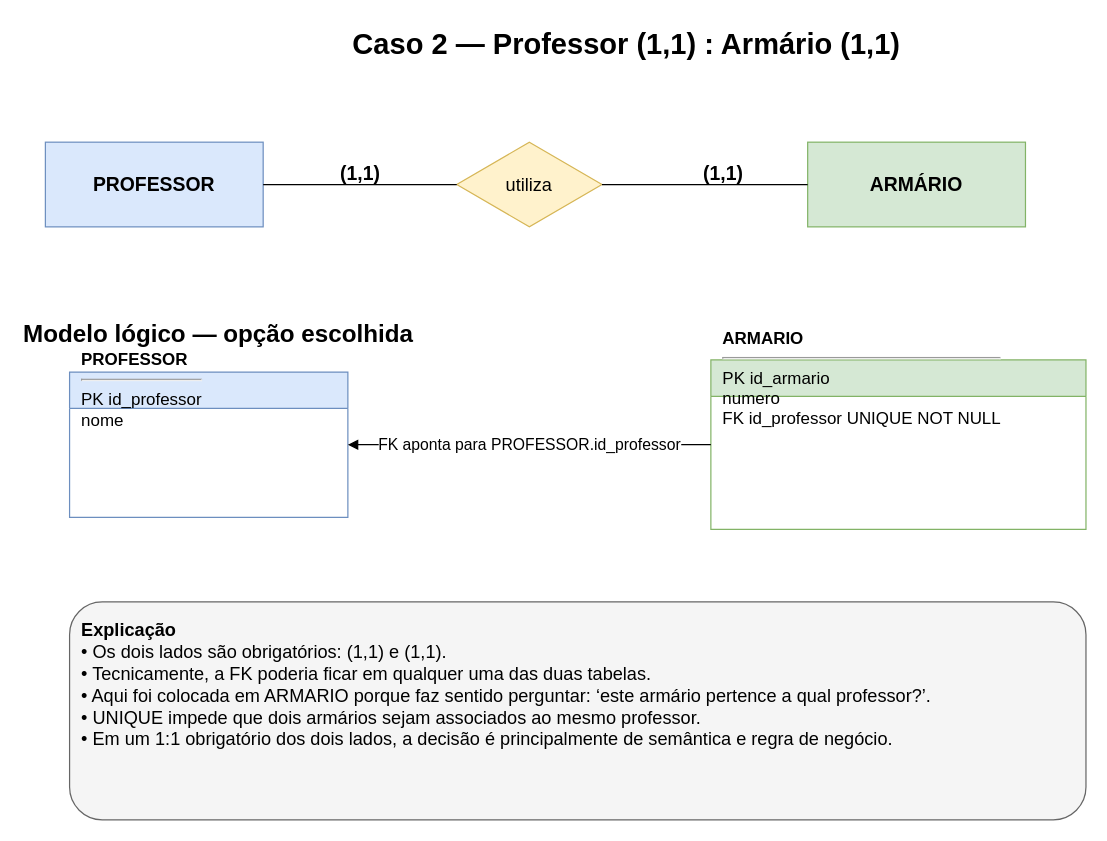
Earlier version of the draw.io diagram page "Professor-Armario" (2 of 2) of aulas/aula03-cardinalidade/atividades/relacionamento_1_1_exemplos.drawio (cesargrossl/banco-de-dados-I). Source tidied: cells renumbered, new cells numbered last; positions are measured from the earlier drawing's top-left corner, leaving out a move shared by most shapes. Both pictures are drawn from the tidied source at 121%, with x=0, y=0 at pixel (21, 21).
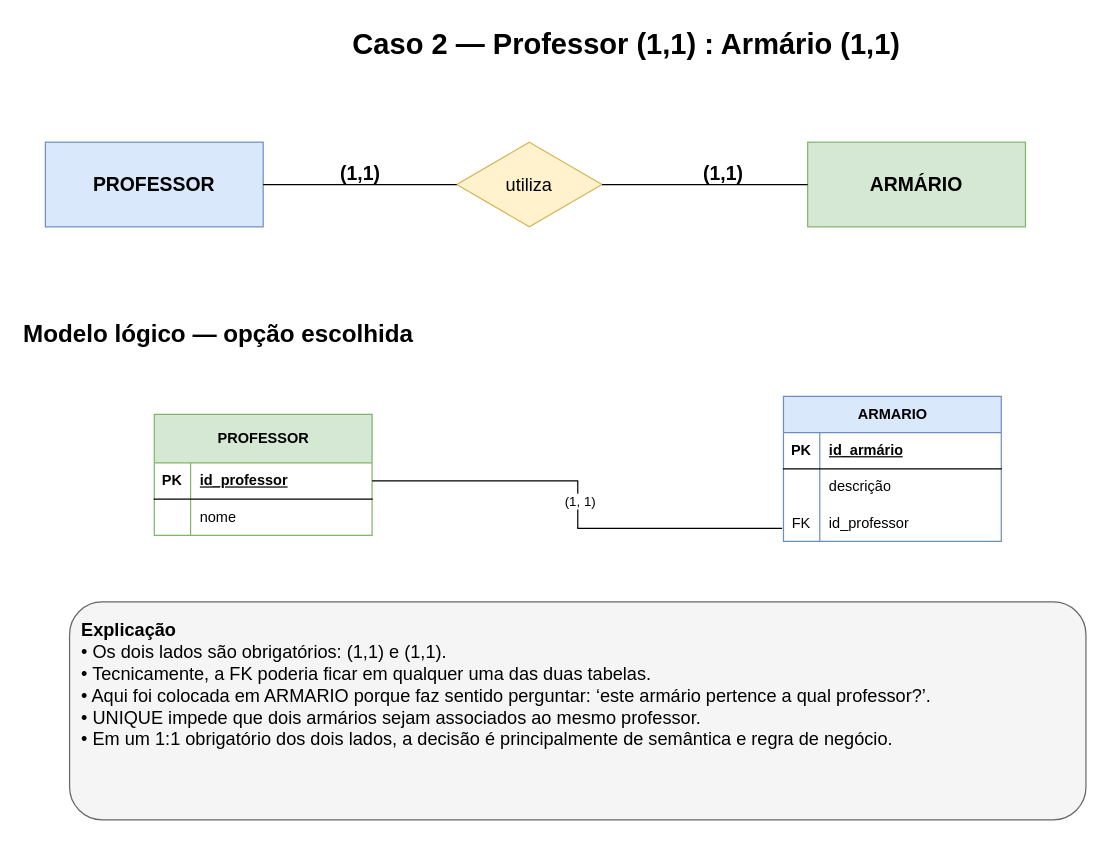
The same diagram, later.

Change to the diagram source:
```diff
@@
-    <mxCell id="11" value="&lt;b&gt;PROFESSOR&lt;/b&gt;&lt;hr/&gt;PK id_professor&lt;br/&gt;nome" style="shape=swimlane;html=1;rounded=0;startSize=30;fillColor=#dae8fc;strokeColor=#6c8ebf;fontSize=14;align=left;spacingLeft=8;" parent="1" vertex="1">
-      <mxGeometry x="40" y="290" width="230" height="120" as="geometry" />
-    </mxCell>
-    <mxCell id="12" value="&lt;b&gt;ARMARIO&lt;/b&gt;&lt;hr/&gt;PK id_armario&lt;br/&gt;numero&lt;br/&gt;FK id_professor UNIQUE NOT NULL" style="shape=swimlane;html=1;rounded=0;startSize=30;fillColor=#d5e8d4;strokeColor=#82b366;fontSize=14;align=left;spacingLeft=8;" parent="1" vertex="1">
-      <mxGeometry x="570" y="280" width="310" height="140" as="geometry" />
-    </mxCell>
-    <mxCell id="13" value="FK aponta para PROFESSOR.id_professor" style="edgeStyle=orthogonalEdgeStyle;rounded=0;html=1;endArrow=block;endFill=1;fontSize=13;" parent="1" edge="1" source="12" target="11">
-      <mxGeometry relative="1" as="geometry" />
+    <mxCell id="13" value="FK aponta para PROFESSOR.id_professor" style="edgeStyle=orthogonalEdgeStyle;rounded=0;html=1;endArrow=block;endFill=1;fontSize=13;" parent="1" edge="1">
+      <mxGeometry relative="1" as="geometry">
+        <mxPoint x="270" y="350" as="targetPoint" />
+      </mxGeometry>
     </mxCell>
@@
+    <mxCell id="15" value="PROFESSOR" style="shape=table;startSize=40;childLayout=tableLayout;rowLines=0;fontStyle=1;align=center;html=1;fillColor=#d5e8d4;strokeColor=#82b366;" parent="1" vertex="1">
+      <mxGeometry x="110" y="325" width="180" height="100" as="geometry" />
+    </mxCell>
+    <mxCell id="16" style="shape=tableRow;horizontal=0;startSize=0;swimlaneHead=0;swimlaneBody=0;fillColor=none;points=[[0,0.5],[1,0.5]];portConstraint=eastwest;top=0;left=0;right=0;bottom=1;" parent="15" vertex="1">
+      <mxGeometry y="40" width="180" height="30" as="geometry" />
+    </mxCell>
+    <mxCell id="17" value="PK" style="shape=partialRectangle;fillColor=none;top=0;left=0;bottom=0;right=0;fontStyle=1;overflow=hidden;whiteSpace=wrap;html=1;" parent="16" vertex="1">
+      <mxGeometry width="30" height="30" as="geometry" />
+    </mxCell>
+    <mxCell id="18" value="id_professor" style="shape=partialRectangle;fillColor=none;top=0;left=0;bottom=0;right=0;align=left;spacingLeft=6;fontStyle=5;overflow=hidden;whiteSpace=wrap;html=1;" parent="16" vertex="1">
+      <mxGeometry x="30" width="150" height="30" as="geometry" />
+    </mxCell>
+    <mxCell id="19" style="shape=tableRow;horizontal=0;startSize=0;swimlaneHead=0;swimlaneBody=0;fillColor=none;top=0;left=0;right=0;bottom=0;" parent="15" vertex="1">
+      <mxGeometry y="70" width="180" height="30" as="geometry" />
+    </mxCell>
+    <mxCell id="20" style="shape=partialRectangle;fillColor=none;top=0;left=0;bottom=0;right=0;overflow=hidden;whiteSpace=wrap;html=1;" parent="19" vertex="1">
+      <mxGeometry width="30" height="30" as="geometry" />
+    </mxCell>
+    <mxCell id="21" value="nome" style="shape=partialRectangle;fillColor=none;top=0;left=0;bottom=0;right=0;align=left;spacingLeft=6;overflow=hidden;whiteSpace=wrap;html=1;" parent="19" vertex="1">
+      <mxGeometry x="30" width="150" height="30" as="geometry" />
+    </mxCell>
+    <mxCell id="22" value="ARMARIO" style="shape=table;startSize=30;childLayout=tableLayout;rowLines=0;fontStyle=1;align=center;html=1;fillColor=#dae8fc;strokeColor=#6c8ebf;" parent="1" vertex="1">
+      <mxGeometry x="630" y="310" width="180" height="120" as="geometry" />
+    </mxCell>
+    <mxCell id="23" style="shape=tableRow;horizontal=0;startSize=0;swimlaneHead=0;swimlaneBody=0;fillColor=none;top=0;left=0;right=0;bottom=1;" parent="22" vertex="1">
+      <mxGeometry y="30" width="180" height="30" as="geometry" />
+    </mxCell>
+    <mxCell id="24" value="PK" style="shape=partialRectangle;fillColor=none;top=0;left=0;bottom=0;right=0;fontStyle=1;overflow=hidden;whiteSpace=wrap;html=1;" parent="23" vertex="1">
+      <mxGeometry width="30" height="30" as="geometry" />
+    </mxCell>
+    <mxCell id="25" value="id_armário" style="shape=partialRectangle;fillColor=none;top=0;left=0;bottom=0;right=0;align=left;spacingLeft=6;fontStyle=5;overflow=hidden;whiteSpace=wrap;html=1;" parent="23" vertex="1">
+      <mxGeometry x="30" width="150" height="30" as="geometry" />
+    </mxCell>
+    <mxCell id="26" style="shape=tableRow;horizontal=0;startSize=0;swimlaneHead=0;swimlaneBody=0;fillColor=none;top=0;left=0;right=0;bottom=0;" parent="22" vertex="1">
+      <mxGeometry y="60" width="180" height="30" as="geometry" />
+    </mxCell>
+    <mxCell id="27" style="shape=partialRectangle;fillColor=none;top=0;left=0;bottom=0;right=0;overflow=hidden;whiteSpace=wrap;html=1;" parent="26" vertex="1">
+      <mxGeometry width="30" height="30" as="geometry" />
+    </mxCell>
+    <mxCell id="28" value="descrição" style="shape=partialRectangle;fillColor=none;top=0;left=0;bottom=0;right=0;align=left;spacingLeft=6;overflow=hidden;whiteSpace=wrap;html=1;" parent="26" vertex="1">
+      <mxGeometry x="30" width="150" height="30" as="geometry" />
+    </mxCell>
+    <mxCell id="29" style="shape=tableRow;horizontal=0;startSize=0;swimlaneHead=0;swimlaneBody=0;fillColor=none;points=[[0,0.5],[1,0.5]];portConstraint=eastwest;top=0;left=0;right=0;bottom=0;" parent="22" vertex="1">
+      <mxGeometry y="90" width="180" height="30" as="geometry" />
+    </mxCell>
+    <mxCell id="30" value="FK" style="shape=partialRectangle;fillColor=none;top=0;left=0;bottom=0;right=0;overflow=hidden;whiteSpace=wrap;html=1;" parent="29" vertex="1">
+      <mxGeometry width="30" height="30" as="geometry" />
+    </mxCell>
+    <mxCell id="31" value="id_professor" style="shape=partialRectangle;fillColor=none;top=0;left=0;bottom=0;right=0;align=left;spacingLeft=6;overflow=hidden;whiteSpace=wrap;html=1;" parent="29" vertex="1">
+      <mxGeometry x="30" width="150" height="30" as="geometry" />
+    </mxCell>
+    <mxCell id="32" style="edgeStyle=orthogonalEdgeStyle;rounded=0;jettySize=auto;html=1;entryX=-0.006;entryY=0.637;entryDx=0;entryDy=0;entryPerimeter=0;endArrow=none;endFill=0;" parent="1" edge="1" source="16" target="29">
+      <mxGeometry relative="1" as="geometry" />
+    </mxCell>
+    <mxCell id="33" value="(1, 1)" style="edgeLabel;html=1;align=center;verticalAlign=middle;" parent="32" vertex="1">
+      <mxGeometry x="-0.02" y="1" relative="1" as="geometry">
+        <mxPoint y="1" as="offset" />
+      </mxGeometry>
+    </mxCell>
```
